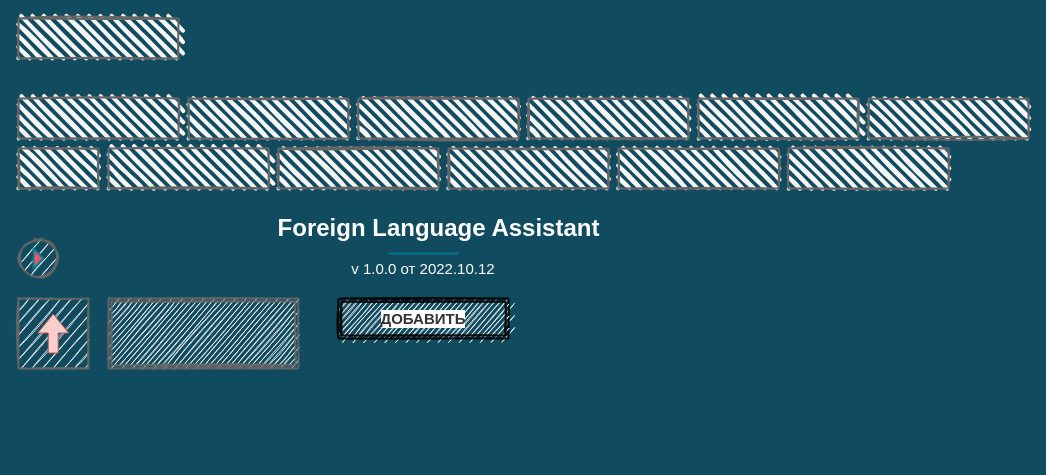
Earlier version of the draw.io diagram page "UI" (1 of 4) of docs/files/skeleton.drawio (ManushovRodion/foreign-language-assistant). Source tidied: cells renumbered, new cells numbered last; positions are measured from the earlier drawing's top-left corner, leaving out a move shared by most shapes. Both pictures are drawn from the tidied source at 100%, with x=0, y=0 at pixel (18, 18).
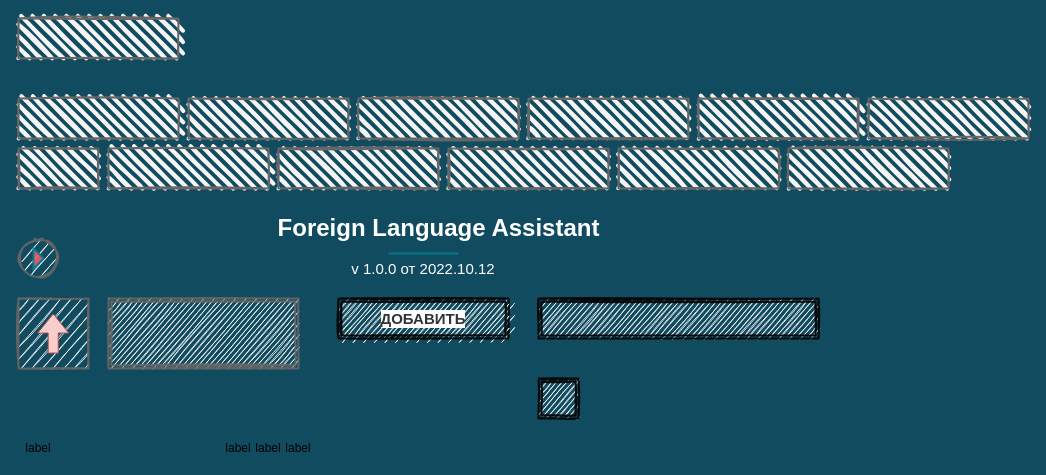
Above is the later version.

Diff of the diagram source:
```diff
@@
+    <mxCell id="28" style="shape=ext;double=1;rounded=0;whiteSpace=wrap;html=1;sketch=1;strokeColor=default;fillColor=#f5f5f5;strokeWidth=2;verticalAlign=middle;fontSize=15;shadow=0;glass=0;opacity=90;labelBackgroundColor=#FFFFFF;labelBorderColor=none;spacingLeft=0;spacingTop=0;fontColor=#333333;" parent="1" vertex="1">
+      <mxGeometry x="520" y="280" width="280" height="40" as="geometry" />
+    </mxCell>
+    <mxCell id="29" style="shape=ext;double=1;rounded=0;whiteSpace=wrap;html=1;sketch=1;strokeColor=default;fillColor=#f5f5f5;strokeWidth=2;verticalAlign=middle;fontSize=15;shadow=0;glass=0;opacity=90;labelBackgroundColor=#FFFFFF;labelBorderColor=none;spacingLeft=0;spacingTop=0;fontColor=#333333;" parent="1" vertex="1">
+      <mxGeometry x="520" y="360" width="40" height="40" as="geometry" />
+    </mxCell>
+    <mxCell id="30" value="label" style="text;html=1;strokeColor=none;fillColor=none;align=center;verticalAlign=middle;whiteSpace=wrap;rounded=0;" parent="1" vertex="1">
+      <mxGeometry y="420" width="40" height="20" as="geometry" />
+    </mxCell>
+    <mxCell id="31" style="group;" parent="1" vertex="1">
+      <mxGeometry x="200" y="420" width="100" height="20" as="geometry" />
+    </mxCell>
+    <mxCell id="32" value="label" style="text;html=1;strokeColor=none;fillColor=none;align=center;verticalAlign=middle;whiteSpace=wrap;rounded=0;" parent="31" vertex="1">
+      <mxGeometry width="40" height="20" as="geometry" />
+    </mxCell>
+    <mxCell id="33" value="label" style="text;html=1;strokeColor=none;fillColor=none;align=center;verticalAlign=middle;whiteSpace=wrap;rounded=0;" parent="31" vertex="1">
+      <mxGeometry x="30" width="40" height="20" as="geometry" />
+    </mxCell>
+    <mxCell id="34" value="label" style="text;html=1;strokeColor=none;fillColor=none;align=center;verticalAlign=middle;whiteSpace=wrap;rounded=0;" parent="31" vertex="1">
+      <mxGeometry x="60" width="40" height="20" as="geometry" />
+    </mxCell>
```
